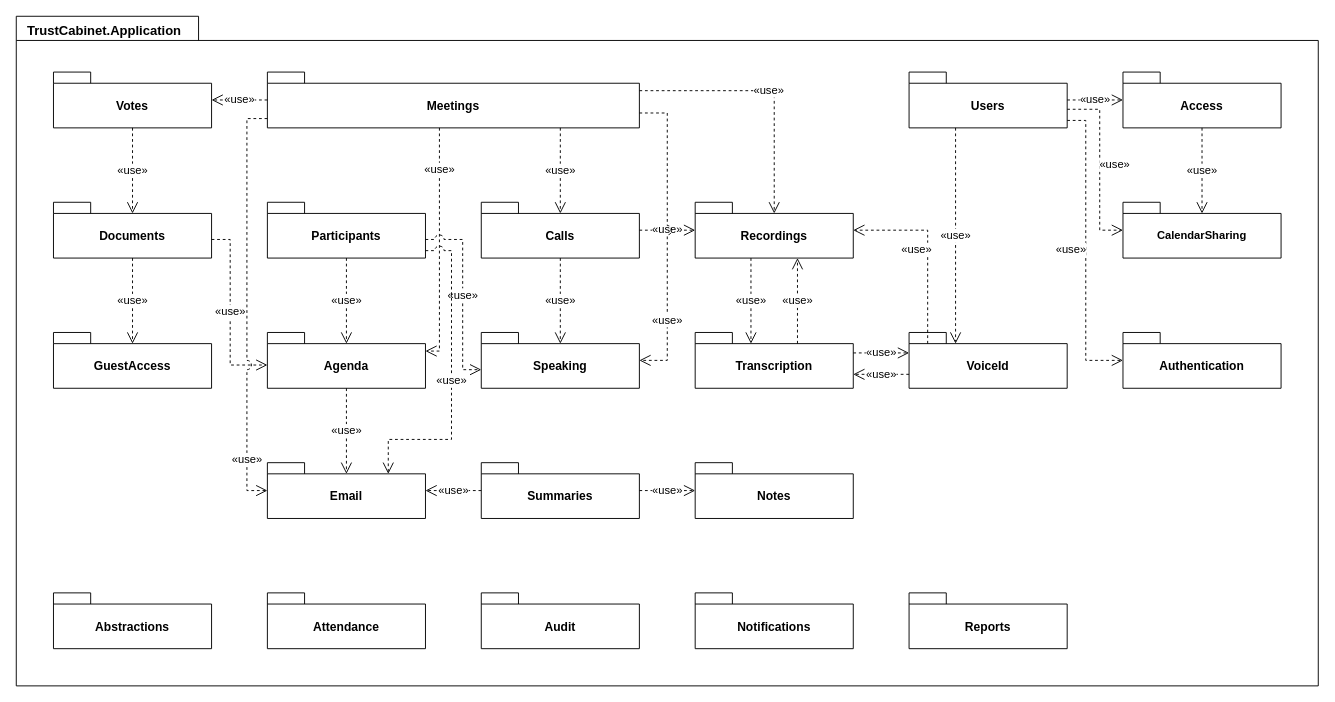
The draw.io diagram docs/15-package-diagram/package-application.drawio in callmehai/FU-FA26-G116, before the edit. Source tidied: cells renumbered, new cells numbered last; positions are measured from the earlier drawing's top-left corner, leaving out a move shared by most shapes. Both pictures are drawn from the tidied source at 93%, with x=0, y=0 at pixel (16, 16).
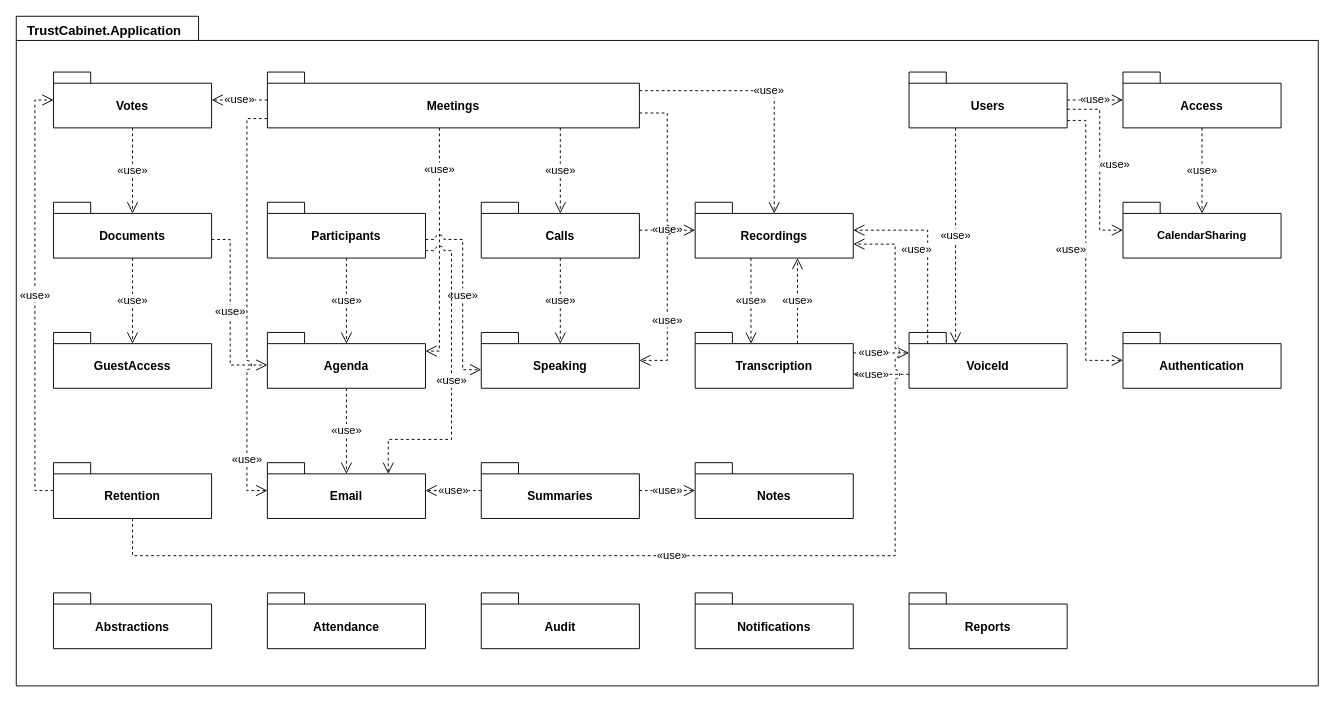
The same diagram, later.

The change refers to these unchanged cells:
```xml
<mxCell id="2" value="TrustCabinet.Application" style="shape=folder;tabWidth=196;tabHeight=26;tabPosition=left;verticalAlign=top;align=left;spacingLeft=10;spacingTop=1;fontStyle=1;fontSize=14;html=1;whiteSpace=wrap;fillColor=#ffffff;strokeColor=#000000;fontColor=#000000;fontFamily=Helvetica;" parent="1" vertex="1">
  <mxGeometry width="1400" height="720" as="geometry" />
</mxCell>
<mxCell id="4" value="Votes" style="shape=folder;tabWidth=40;tabHeight=12;tabPosition=left;verticalAlign=middle;align=center;spacingTop=12;fontStyle=1;fontSize=13;html=1;whiteSpace=wrap;fillColor=#ffffff;strokeColor=#000000;fontColor=#000000;fontFamily=Helvetica;" parent="2" vertex="1">
  <mxGeometry x="40" y="60" width="170" height="60" as="geometry" />
</mxCell>
<mxCell id="10" value="Recordings" style="shape=folder;tabWidth=40;tabHeight=12;tabPosition=left;verticalAlign=middle;align=center;spacingTop=12;fontStyle=1;fontSize=13;html=1;whiteSpace=wrap;fillColor=#ffffff;strokeColor=#000000;fontColor=#000000;fontFamily=Helvetica;" parent="2" vertex="1">
  <mxGeometry x="730" y="200" width="170" height="60" as="geometry" />
</mxCell>
<mxCell id="15" value="Transcription" style="shape=folder;tabWidth=40;tabHeight=12;tabPosition=left;verticalAlign=middle;align=center;spacingTop=12;fontStyle=1;fontSize=13;html=1;whiteSpace=wrap;fillColor=#ffffff;strokeColor=#000000;fontColor=#000000;fontFamily=Helvetica;" parent="2" vertex="1">
  <mxGeometry x="730" y="340" width="170" height="60" as="geometry" />
</mxCell>
<mxCell id="16" value="VoiceId" style="shape=folder;tabWidth=40;tabHeight=12;tabPosition=left;verticalAlign=middle;align=center;spacingTop=12;fontStyle=1;fontSize=13;html=1;whiteSpace=wrap;fillColor=#ffffff;strokeColor=#000000;fontColor=#000000;fontFamily=Helvetica;" parent="2" vertex="1">
  <mxGeometry x="960" y="340" width="170" height="60" as="geometry" />
</mxCell>
```

The edit, as a diff of the source:
```diff
@@
     <mxCell id="33" value="«use»" style="endArrow=open;endFill=0;endSize=10;dashed=1;rounded=0;jumpStyle=arc;jumpSize=10;html=1;strokeColor=#000000;fontColor=#000000;fontFamily=Helvetica;fontSize=12;labelBackgroundColor=#ffffff;exitX=1;exitY=0.3667;exitDx=0;exitDy=0;exitPerimeter=0;entryX=0;entryY=0.3667;entryDx=0;entryDy=0;entryPerimeter=0;" parent="1" edge="1" source="15" target="16">
-      <mxGeometry relative="1" as="geometry" />
+      <mxGeometry relative="1" as="geometry">
+        <mxPoint x="-8" as="offset" />
+      </mxGeometry>
     </mxCell>
     <mxCell id="34" value="«use»" style="endArrow=open;endFill=0;endSize=10;dashed=1;rounded=0;jumpStyle=arc;jumpSize=10;html=1;strokeColor=#000000;fontColor=#000000;fontFamily=Helvetica;fontSize=12;labelBackgroundColor=#ffffff;exitX=0;exitY=0.75;exitDx=0;exitDy=0;exitPerimeter=0;entryX=1;entryY=0.75;entryDx=0;entryDy=0;entryPerimeter=0;" parent="1" edge="1" source="16" target="15">
-      <mxGeometry relative="1" as="geometry" />
+      <mxGeometry relative="1" as="geometry">
+        <mxPoint x="-8" as="offset" />
+      </mxGeometry>
     </mxCell>
@@
+    <mxCell id="53" value="Retention" style="shape=folder;tabWidth=40;tabHeight=12;tabPosition=left;verticalAlign=middle;align=center;spacingTop=12;fontStyle=1;fontSize=13;html=1;whiteSpace=wrap;fillColor=#ffffff;strokeColor=#000000;fontColor=#000000;fontFamily=Helvetica;" parent="2" vertex="1">
+      <mxGeometry x="40" y="480" width="170" height="60" as="geometry" />
+    </mxCell>
+    <mxCell id="54" value="«use»" style="endArrow=open;endFill=0;endSize=10;dashed=1;rounded=0;jumpStyle=arc;jumpSize=10;html=1;strokeColor=#000000;fontColor=#000000;fontFamily=Helvetica;fontSize=12;labelBackgroundColor=#ffffff;exitX=0;exitY=0.5;exitDx=0;exitDy=0;exitPerimeter=0;entryX=0;entryY=0.5;entryDx=0;entryDy=0;entryPerimeter=0;" parent="1" edge="1" source="53" target="4">
+      <mxGeometry relative="1" as="geometry">
+        <Array as="points">
+          <mxPoint x="20" y="510" />
+          <mxPoint x="20" y="90" />
+        </Array>
+      </mxGeometry>
+    </mxCell>
+    <mxCell id="55" value="«use»" style="endArrow=open;endFill=0;endSize=10;dashed=1;rounded=0;jumpStyle=arc;jumpSize=10;html=1;strokeColor=#000000;fontColor=#000000;fontFamily=Helvetica;fontSize=12;labelBackgroundColor=#ffffff;exitX=0.5;exitY=1;exitDx=0;exitDy=0;exitPerimeter=0;entryX=1;entryY=0.75;entryDx=0;entryDy=0;entryPerimeter=0;" parent="1" edge="1" source="53" target="10">
+      <mxGeometry relative="1" as="geometry">
+        <Array as="points">
+          <mxPoint x="125" y="580" />
+          <mxPoint x="945" y="580" />
+          <mxPoint x="945" y="245" />
+        </Array>
+      </mxGeometry>
+    </mxCell>
```
